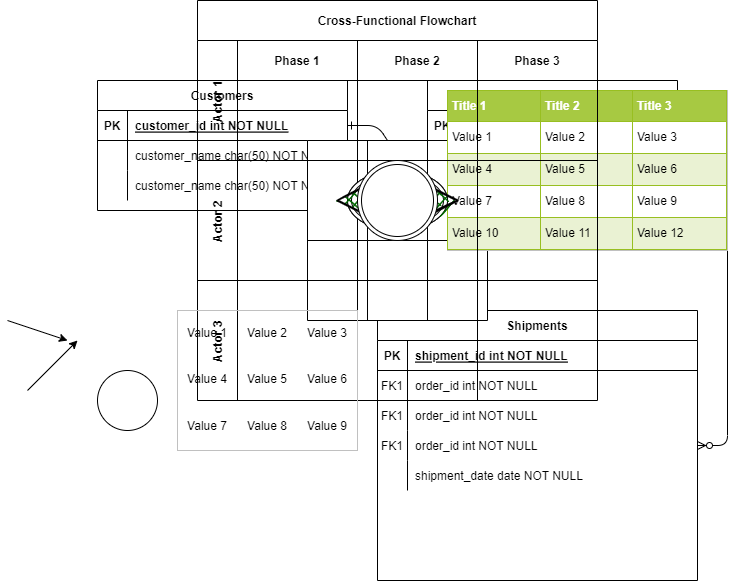
shenyuedong/chapter1 keeps this draw.io diagram as test Diagram.drawio.png. Above is the earlier version. Source tidied: cells renumbered, new cells last; positions are measured from the earlier drawing's top-left corner, leaving out a move shared by most shapes.
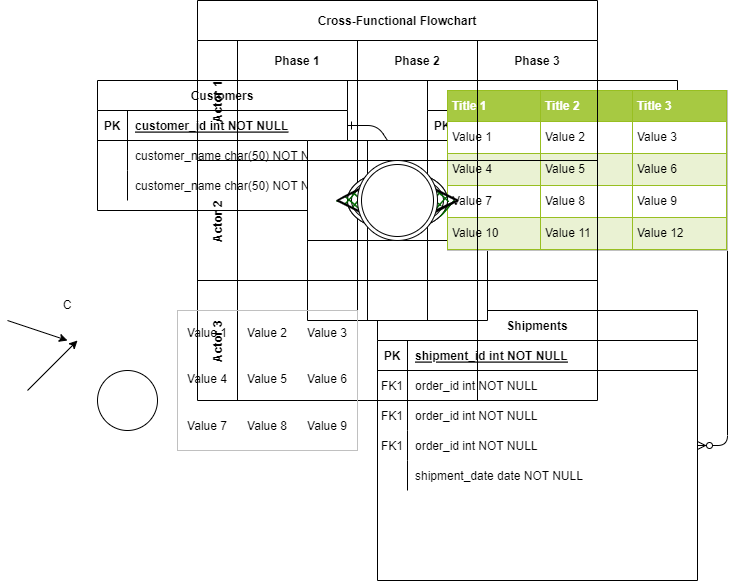
Later version of the same file.

Change to the diagram source:
```diff
@@ -233,5 +233,8 @@
     <mxCell id="76" style="ellipse;whiteSpace=wrap;html=1;" parent="1" vertex="1">
       <mxGeometry x="90" y="370" width="60" height="60" as="geometry" />
     </mxCell>
+    <mxCell id="77" value="C" style="text;html=1;strokeColor=none;fillColor=none;align=center;verticalAlign=middle;whiteSpace=wrap;rounded=0;" parent="1" vertex="1">
+      <mxGeometry x="30" y="290" width="60" height="30" as="geometry" />
+    </mxCell>
   </root>
 </mxGraphModel>
```
